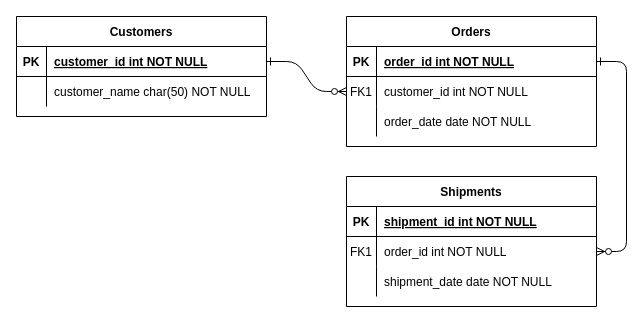
This is 名称未設定ファイル.drawio from june1983/java, a draw.io file, before an edit. Source tidied: cells renumbered, new cells numbered last; positions are measured from the earlier drawing's top-left corner, leaving out a move shared by most shapes. Both pictures are drawn from the tidied source at 100%, with x=0, y=0 at pixel (16, 16).
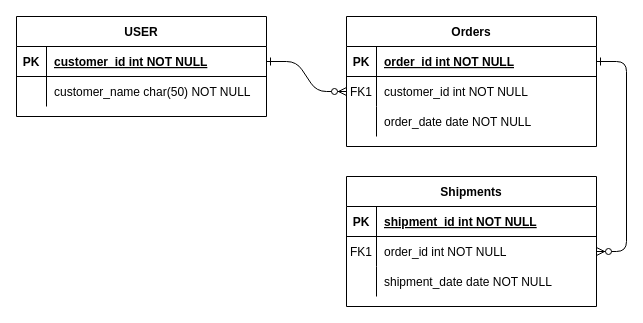
Above is the later version.

Commit message:
名称未設定ファイル.drawio を更新します

Diff of the diagram source:
```diff
@@
-    <mxCell id="24" value="Customers" style="shape=table;startSize=30;childLayout=tableLayout;rowLines=0;fontStyle=1;align=center;" parent="1" vertex="1">
+    <mxCell id="24" value="USER" style="shape=table;startSize=30;childLayout=tableLayout;rowLines=0;fontStyle=1;align=center;" parent="1" vertex="1">
       <mxGeometry width="250" height="100" as="geometry" />
     </mxCell>
```
